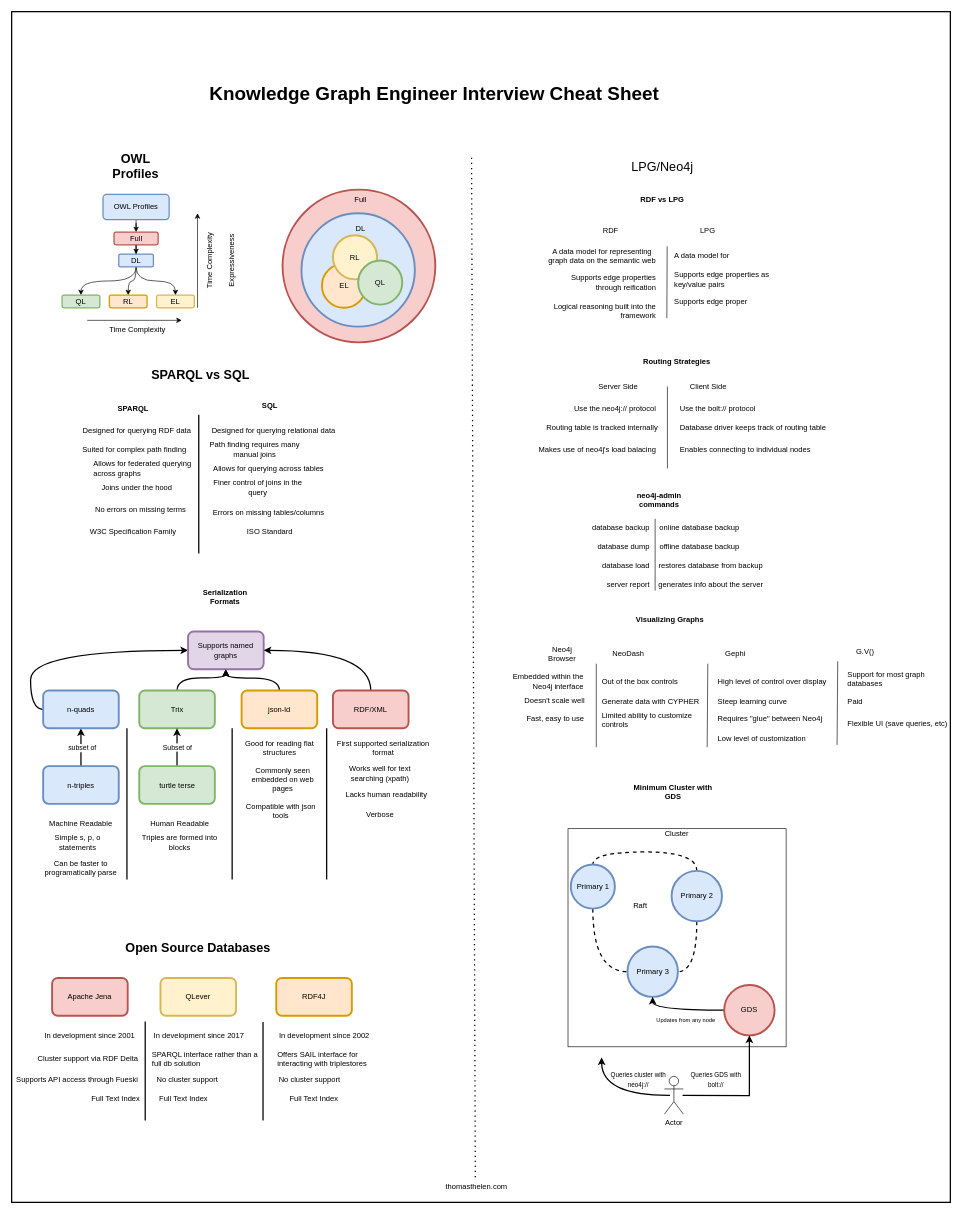
Earlier version of the draw.io diagram images/posts/kg-interviews/interview-prep.drawio (ThomasThelen/thomasthelen.github.io). Source tidied: cells renumbered, new cells numbered last; positions are measured from the earlier drawing's top-left corner, leaving out a move shared by most shapes. Both pictures are drawn from the tidied source at 63%, with x=0, y=0 at pixel (11, 11).
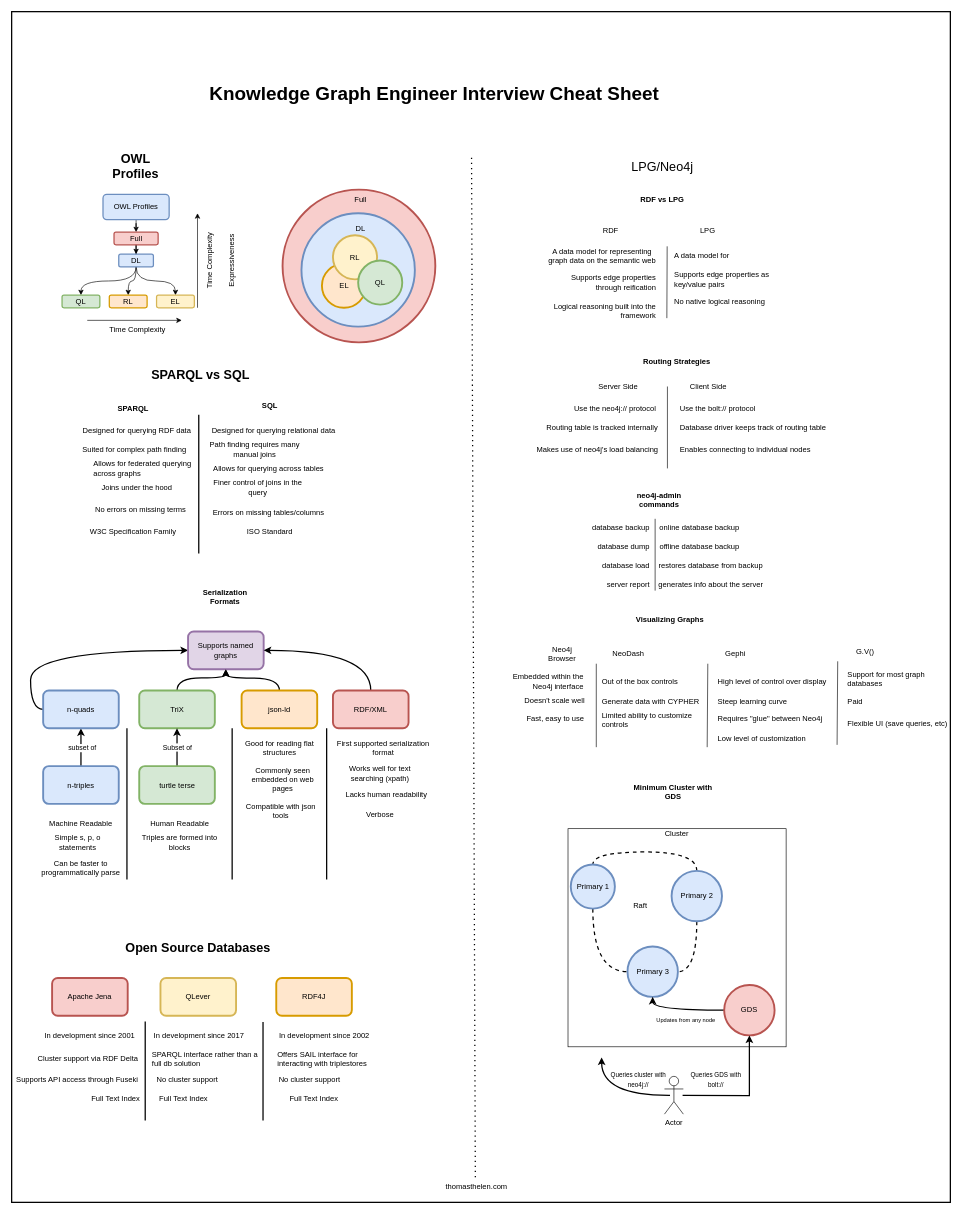
The same page after the edit.

The edit, as a diff of the source:
```diff
@@
-    <mxCell id="64" value="Trix" style="rounded=1;whiteSpace=wrap;html=1;strokeWidth=3;fillColor=#d5e8d4;strokeColor=#82b366;" parent="1" vertex="1">
+    <mxCell id="64" value="TriX" style="rounded=1;whiteSpace=wrap;html=1;strokeWidth=3;fillColor=#d5e8d4;strokeColor=#82b366;" parent="1" vertex="1">
       <mxGeometry x="202.5" y="1077.5" width="120" height="60" as="geometry" />
     </mxCell>
@@
-    <mxCell id="93" value="Makes use of neo4j's load balacing" style="text;html=1;strokeColor=none;fillColor=none;align=center;verticalAlign=middle;whiteSpace=wrap;rounded=0;" parent="1" vertex="1">
+    <mxCell id="93" value="Makes use of neo4j's load balancing" style="text;html=1;strokeColor=none;fillColor=none;align=center;verticalAlign=middle;whiteSpace=wrap;rounded=0;" parent="1" vertex="1">
       <mxGeometry x="832" y="680" width="196.2" height="30" as="geometry" />
     </mxCell>
@@
-    <mxCell id="104" value="Can be faster to programatically parse" style="text;html=1;strokeColor=none;fillColor=none;align=center;verticalAlign=middle;whiteSpace=wrap;rounded=0;" parent="1" vertex="1">
+    <mxCell id="104" value="Can be faster to programmatically parse" style="text;html=1;strokeColor=none;fillColor=none;align=center;verticalAlign=middle;whiteSpace=wrap;rounded=0;" parent="1" vertex="1">
       <mxGeometry x="45" y="1343.8" width="130" height="30" as="geometry" />
     </mxCell>
@@
-    <mxCell id="121" value="Supports API access through Fueski" style="text;html=1;strokeColor=none;fillColor=none;align=right;verticalAlign=middle;whiteSpace=wrap;rounded=0;" parent="1" vertex="1">
+    <mxCell id="121" value="Supports API access through Fuseki" style="text;html=1;strokeColor=none;fillColor=none;align=right;verticalAlign=middle;whiteSpace=wrap;rounded=0;" parent="1" vertex="1">
       <mxGeometry y="1680" width="202.5" height="30" as="geometry" />
     </mxCell>
@@
-    <mxCell id="151" value="Supports edge proper" style="text;html=1;strokeColor=none;fillColor=none;align=left;verticalAlign=middle;whiteSpace=wrap;rounded=0;" parent="1" vertex="1">
+    <mxCell id="151" value="No native logical reasoning" style="text;html=1;strokeColor=none;fillColor=none;align=left;verticalAlign=middle;whiteSpace=wrap;rounded=0;" parent="1" vertex="1">
       <mxGeometry x="1050" y="445" width="175" height="30" as="geometry" />
     </mxCell>
```
